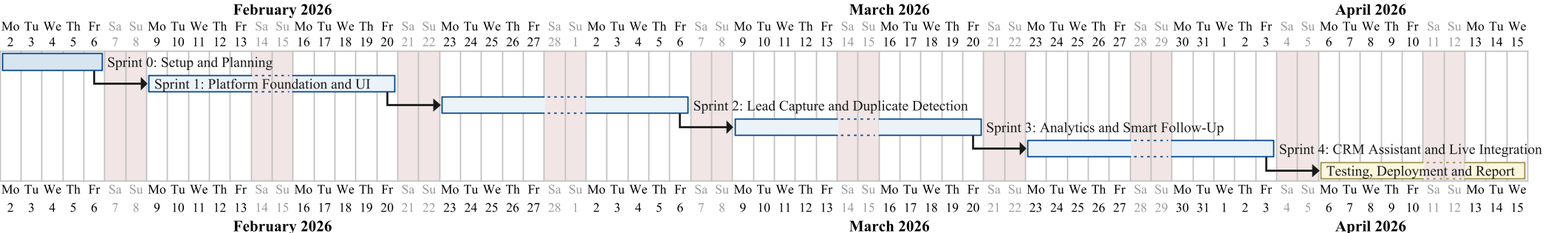
The PlantUML diagram final report elissa/umls/img/gantt-project.png in elissaaamez/LeadDesk, before a commit.
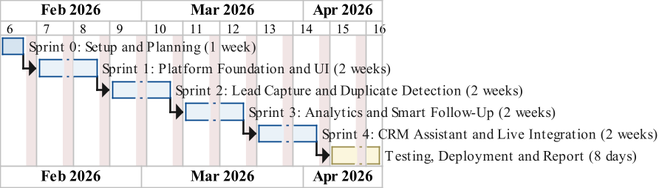
Above is the later version.

Change to the diagram source:
```diff
@@ -14,20 +14,21 @@
   note { BackGroundColor #FBF6DD LineColor #9A8C4A }
 }
 </style>
+printscale weekly
 Project starts 2026-02-02
 saturday are closed
 sunday are closed
 
-[Sprint 0: Setup and Planning] as [S0] lasts 5 days
-[Sprint 1: Platform Foundation and UI] as [S1] lasts 10 days
+[Sprint 0: Setup and Planning (1 week)] as [S0] lasts 5 days
+[Sprint 1: Platform Foundation and UI (2 weeks)] as [S1] lasts 10 days
 [S1] starts at [S0]'s end
-[Sprint 2: Lead Capture and Duplicate Detection] as [S2] lasts 10 days
+[Sprint 2: Lead Capture and Duplicate Detection (2 weeks)] as [S2] lasts 10 days
 [S2] starts at [S1]'s end
-[Sprint 3: Analytics and Smart Follow-Up] as [S3] lasts 10 days
+[Sprint 3: Analytics and Smart Follow-Up (2 weeks)] as [S3] lasts 10 days
 [S3] starts at [S2]'s end
-[Sprint 4: CRM Assistant and Live Integration] as [S4] lasts 10 days
+[Sprint 4: CRM Assistant and Live Integration (2 weeks)] as [S4] lasts 10 days
 [S4] starts at [S3]'s end
-[Testing, Deployment and Report] as [TR] lasts 8 days
+[Testing, Deployment and Report (8 days)] as [TR] lasts 8 days
 [TR] starts at [S4]'s end
 
 [S0] is colored in #D6E4F0/#004389
```
